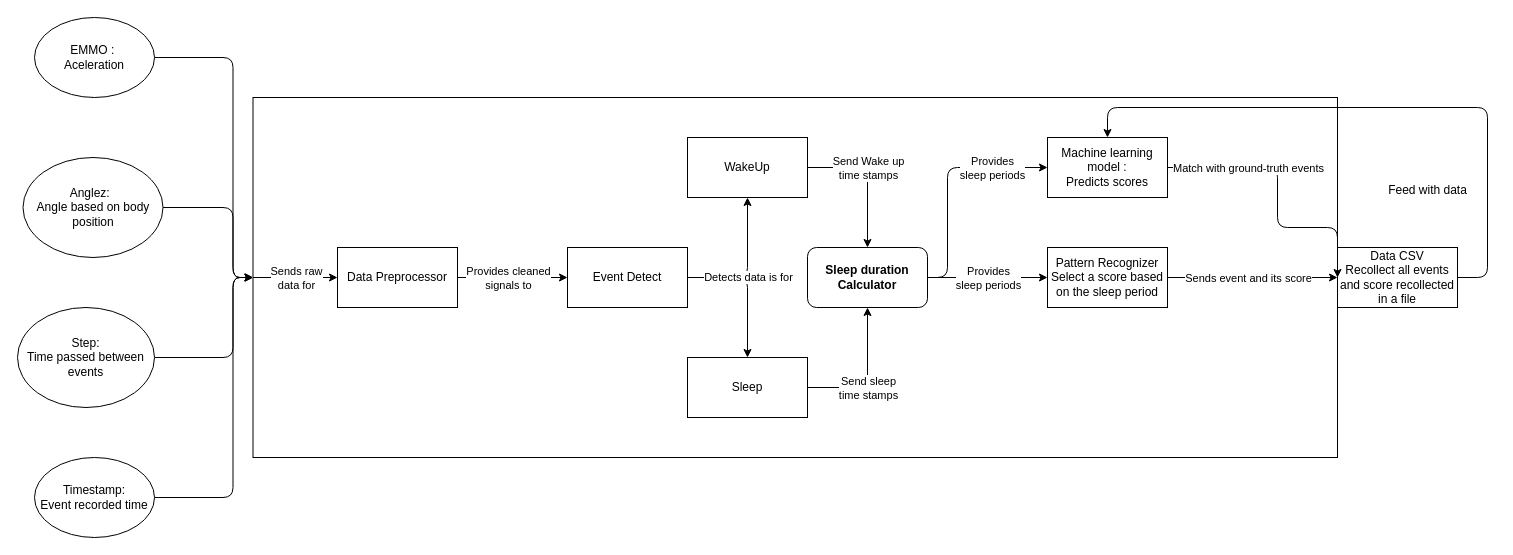
Earlier version of the draw.io diagram Workshop/Workshop1/Workshop-1.drawio (JkVely/Systems-Analysis). Source tidied: cells renumbered, new cells numbered last; positions are measured from the earlier drawing's top-left corner, leaving out a move shared by most shapes. Both pictures are drawn from the tidied source at 100%, with x=0, y=0 at pixel (17, 17).
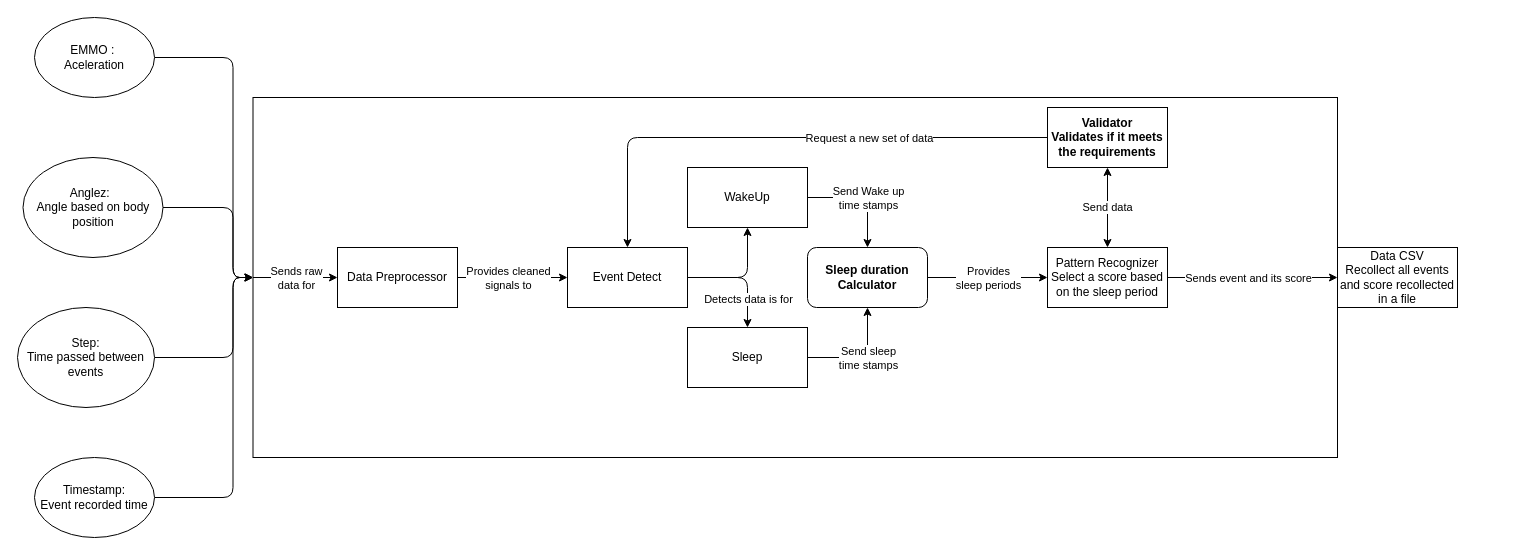
After the change.

Commit message:
fix(Workshop1): adjust diagram dimensions and element properties for clarity

The change refers to these unchanged cells:
```xml
<mxCell id="3" style="rounded=0;whiteSpace=wrap;html=1;" parent="1" vertex="1">
  <mxGeometry x="235.5" y="80" width="1084.5" height="360" as="geometry" />
</mxCell>
<mxCell id="28" value="Event Detect" style="rounded=0;whiteSpace=wrap;html=1;" parent="1" vertex="1">
  <mxGeometry x="550" y="230" width="120" height="60" as="geometry" />
</mxCell>
<mxCell id="38" value="Sleep duration Calculator" style="rounded=1;whiteSpace=wrap;html=1;fontStyle=1;" parent="1" vertex="1">
  <mxGeometry x="790" y="230" width="120" height="60" as="geometry" />
</mxCell>
<mxCell id="41" value="Pattern Recognizer&lt;div&gt;Select a score based on the sleep period&lt;/div&gt;" style="rounded=0;whiteSpace=wrap;html=1;" parent="1" vertex="1">
  <mxGeometry x="1030" y="230" width="120" height="60" as="geometry" />
</mxCell>
<mxCell id="43" value="Data CSV&lt;div&gt;Recollect all events and score recollected in a file&lt;/div&gt;" style="rounded=0;whiteSpace=wrap;html=1;" parent="1" vertex="1">
  <mxGeometry x="1320" y="230" width="120" height="60" as="geometry" />
</mxCell>
```

Diff of the diagram source:
```diff
@@
     <mxCell id="29" style="edgeStyle=none;html=1;entryX=0.5;entryY=0;entryDx=0;entryDy=0;" parent="1" edge="1" source="31" target="38">
       <mxGeometry relative="1" as="geometry">
         <Array as="points">
-          <mxPoint x="850" y="150" />
+          <mxPoint x="850" y="180" />
         </Array>
       </mxGeometry>
     </mxCell>
     <mxCell id="30" value="Send Wake up&lt;div&gt;time stamps&lt;/div&gt;" style="edgeLabel;html=1;align=center;verticalAlign=middle;" parent="29" vertex="1">
       <mxGeometry x="0.13" y="-3" relative="1" as="geometry">
-        <mxPoint x="3" y="-19" as="offset" />
+        <mxPoint x="3" y="-2" as="offset" />
       </mxGeometry>
     </mxCell>
     <mxCell id="31" value="WakeUp" style="rounded=0;whiteSpace=wrap;html=1;" parent="1" vertex="1">
-      <mxGeometry x="670" y="120" width="120" height="60" as="geometry" />
+      <mxGeometry x="670" y="150" width="120" height="60" as="geometry" />
     </mxCell>
     <mxCell id="32" style="edgeStyle=none;html=1;entryX=0.5;entryY=1;entryDx=0;entryDy=0;" parent="1" edge="1" source="34" target="38">
       <mxGeometry relative="1" as="geometry">
         <Array as="points">
-          <mxPoint x="850" y="370" />
+          <mxPoint x="850" y="340" />
         </Array>
       </mxGeometry>
     </mxCell>
     <mxCell id="33" value="Send sleep&lt;div&gt;time stamps&lt;/div&gt;" style="edgeLabel;html=1;align=center;verticalAlign=middle;" parent="32" vertex="1">
       <mxGeometry x="0.46" y="2" relative="1" as="geometry">
-        <mxPoint x="2" y="42" as="offset" />
+        <mxPoint x="2" y="20" as="offset" />
       </mxGeometry>
     </mxCell>
     <mxCell id="34" value="Sleep" style="rounded=0;whiteSpace=wrap;html=1;" parent="1" vertex="1">
-      <mxGeometry x="670" y="340" width="120" height="60" as="geometry" />
+      <mxGeometry x="670" y="310" width="120" height="60" as="geometry" />
     </mxCell>
@@
-    <mxCell id="37" style="edgeStyle=none;html=1;exitX=1;exitY=0.5;exitDx=0;exitDy=0;entryX=0;entryY=0.5;entryDx=0;entryDy=0;" parent="1" edge="1" source="38" target="45">
-      <mxGeometry relative="1" as="geometry">
-        <Array as="points">
-          <mxPoint x="930" y="260" />
-          <mxPoint x="930" y="150" />
-        </Array>
-      </mxGeometry>
-    </mxCell>
@@
-    <mxCell id="42" style="edgeStyle=none;html=1;exitX=1;exitY=0.5;exitDx=0;exitDy=0;entryX=0.5;entryY=0;entryDx=0;entryDy=0;" parent="1" edge="1" source="43" target="45">
-      <mxGeometry relative="1" as="geometry">
-        <Array as="points">
-          <mxPoint x="1470" y="260" />
-          <mxPoint x="1470" y="90" />
-          <mxPoint x="1090" y="90" />
-        </Array>
-      </mxGeometry>
-    </mxCell>
@@
-    <mxCell id="44" style="edgeStyle=none;html=1;exitX=1;exitY=0.5;exitDx=0;exitDy=0;entryX=1;entryY=0.5;entryDx=0;entryDy=0;" parent="1" edge="1" source="45" target="3">
-      <mxGeometry relative="1" as="geometry">
-        <Array as="points">
-          <mxPoint x="1260" y="150" />
-          <mxPoint x="1260" y="210" />
-          <mxPoint x="1320" y="210" />
-        </Array>
-      </mxGeometry>
-    </mxCell>
-    <mxCell id="45" value="Machine learning model :&lt;div&gt;Predicts scores&lt;/div&gt;" style="rounded=0;whiteSpace=wrap;html=1;" parent="1" vertex="1">
-      <mxGeometry x="1030" y="120" width="120" height="60" as="geometry" />
-    </mxCell>
-    <mxCell id="46" value="Provides&lt;div&gt;sleep periods&lt;/div&gt;" style="edgeLabel;html=1;align=center;verticalAlign=middle;" parent="1" vertex="1">
-      <mxGeometry x="970" y="150" width="10" as="geometry" />
-    </mxCell>
-    <mxCell id="47" value="Match with ground-truth events" style="edgeLabel;html=1;align=center;verticalAlign=middle;" parent="1" vertex="1">
-      <mxGeometry x="1230" y="150" as="geometry" />
-    </mxCell>
-    <mxCell id="48" value="Feed with data" style="text;html=1;align=center;verticalAlign=middle;strokeColor=none;fillColor=none;" parent="1" vertex="1">
-      <mxGeometry x="1360" y="158" width="100" height="30" as="geometry" />
-    </mxCell>
+    <mxCell id="49" style="edgeStyle=none;html=1;" parent="1" edge="1" source="53" target="28">
+      <mxGeometry relative="1" as="geometry">
+        <Array as="points">
+          <mxPoint x="610" y="120" />
+        </Array>
+      </mxGeometry>
+    </mxCell>
+    <mxCell id="50" value="Request a new set of data" style="edgeLabel;html=1;align=center;verticalAlign=middle;" parent="49" vertex="1">
+      <mxGeometry x="-0.24" y="-1" relative="1" as="geometry">
+        <mxPoint x="22" y="1" as="offset" />
+      </mxGeometry>
+    </mxCell>
+    <mxCell id="51" style="edgeStyle=none;html=1;endArrow=classic;endFill=1;startArrow=classic;startFill=1;strokeColor=default;" parent="1" edge="1" source="53" target="41">
+      <mxGeometry relative="1" as="geometry" />
+    </mxCell>
+    <mxCell id="52" value="Send data" style="edgeLabel;html=1;align=center;verticalAlign=middle;" parent="51" vertex="1">
+      <mxGeometry x="-0.03" y="-1" relative="1" as="geometry" />
+    </mxCell>
+    <mxCell id="53" value="&lt;b&gt;Validator&lt;br&gt;Validates if it meets the requirements&lt;/b&gt;" style="whiteSpace=wrap;html=1;rounded=0;" parent="1" vertex="1">
+      <mxGeometry x="1030" y="90" width="120" height="60" as="geometry" />
+    </mxCell>
```
